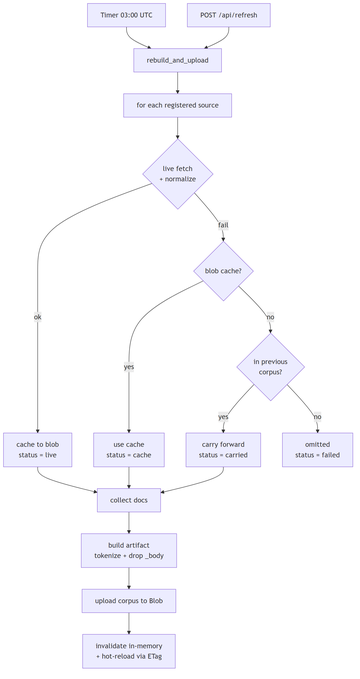
This is docs/diagrams/4-refresh-flow.png from SteveCInVA/AllofUs-Agent, a Mermaid export, as it was before one commit. Its source is kept beside it as docs/diagrams/4-refresh-flow.mmd.
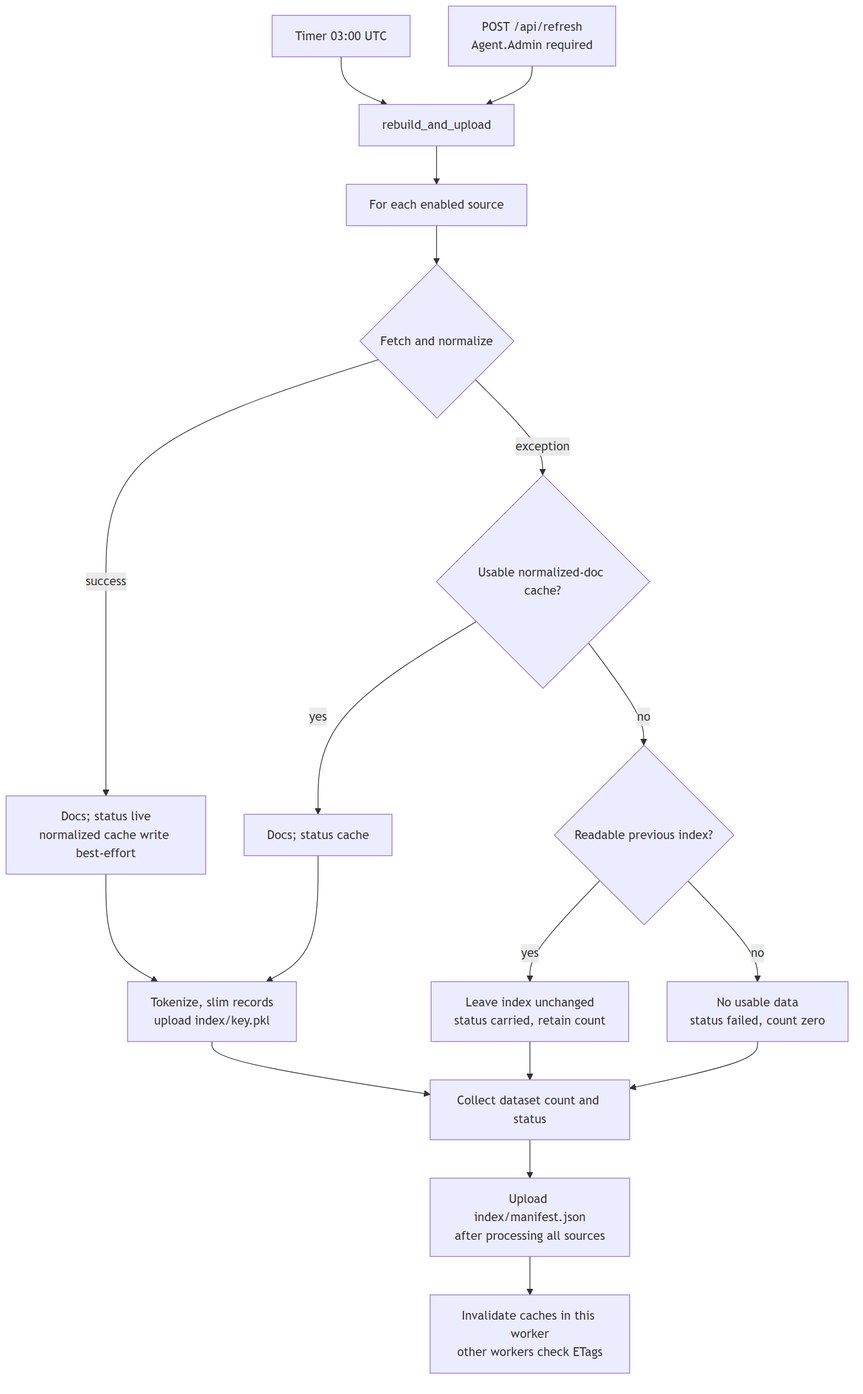
The same diagram one commit later.

The edit, as a diff of the source:
```diff
@@ -1,20 +1,18 @@
 flowchart TB
     T["Timer 03:00 UTC"] --> RB["rebuild_and_upload"]
-    H["POST /api/refresh"] --> RB
-    RB --> LOOP["for each registered source"]
-
-    LOOP --> F{"live fetch<br/>+ normalize"}
-    F -- "ok" --> C1["cache to blob<br/>status = live"]
-    F -- "fail" --> CACHE{"blob cache?"}
-    CACHE -- "yes" --> C2["use cache<br/>status = cache"]
-    CACHE -- "no" --> CARRY{"in previous<br/>corpus?"}
-    CARRY -- "yes" --> C3["carry forward<br/>status = carried"]
-    CARRY -- "no" --> C4["omitted<br/>status = failed"]
-
-    C1 --> AGG["collect docs"]
-    C2 --> AGG
-    C3 --> AGG
-
-    AGG --> BUILD["build artifact<br/>tokenize + drop _body"]
-    BUILD --> UP["upload corpus to Blob"]
-    UP --> INV["invalidate in-memory<br/>+ hot-reload via ETag"]
+    H["POST /api/refresh<br/>Agent.Admin required"] --> RB
+    RB --> LOOP["For each enabled source"]
+    LOOP --> LIVE{"Fetch and normalize"}
+    LIVE -- "success" --> DOCS["Docs; status live<br/>normalized cache write best-effort"]
+    LIVE -- "exception" --> CACHE{"Usable normalized-doc cache?"}
+    CACHE -- "yes" --> CACHED["Docs; status cache"]
+    CACHE -- "no" --> PREV{"Readable previous index?"}
+    PREV -- "yes" --> CARRY["Leave index unchanged<br/>status carried, retain count"]
+    PREV -- "no" --> FAIL["No usable data<br/>status failed, count zero"]
+    DOCS --> BUILD["Tokenize, slim records<br/>upload index/key.pkl"]
+    CACHED --> BUILD
+    BUILD --> REPORT["Collect dataset count and status"]
+    CARRY --> REPORT
+    FAIL --> REPORT
+    REPORT --> MAN["Upload index/manifest.json<br/>after processing all sources"]
+    MAN --> INV["Invalidate caches in this worker<br/>other workers check ETags"]
```
